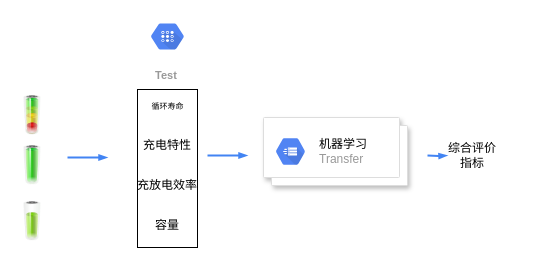
zhaoning999/notes keeps this draw.io diagram as Untitled Diagram.drawio. Above is the earlier version. Source tidied: cells renumbered, new cells numbered last; positions are measured from the earlier drawing's top-left corner, leaving out a move shared by most shapes. Both pictures are drawn from the tidied source at 100%, with x=0, y=0 at pixel (17, 17).
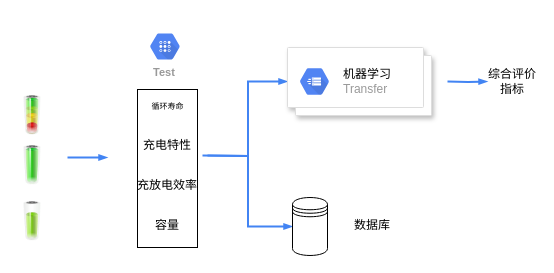
The same page after the edit.

The edit, as a diff of the source:
```diff
@@
-    <mxCell id="4" value="&lt;br&gt;Test&amp;nbsp;" style="html=1;fillColor=#5184F3;strokeColor=none;verticalAlign=top;labelPosition=center;verticalLabelPosition=bottom;align=center;spacingTop=-6;fontSize=11;fontStyle=1;fontColor=#999999;shape=mxgraph.gcp2.hexIcon;prIcon=cloud_test_lab;" parent="1" vertex="1">
-      <mxGeometry x="125" width="50" height="38" as="geometry" />
+    <mxCell id="4" value="Test&amp;nbsp;" style="html=1;fillColor=#5184F3;strokeColor=none;verticalAlign=top;labelPosition=center;verticalLabelPosition=bottom;align=center;spacingTop=-6;fontSize=11;fontStyle=1;fontColor=#999999;shape=mxgraph.gcp2.hexIcon;prIcon=cloud_test_lab;" parent="1" vertex="1">
+      <mxGeometry x="125" y="10" width="45" height="38" as="geometry" />
     </mxCell>
-    <mxCell id="5" style="edgeStyle=orthogonalEdgeStyle;fontSize=12;html=1;endArrow=blockThin;endFill=1;rounded=0;strokeWidth=2;endSize=4;startSize=4;dashed=0;strokeColor=#4284F3;" parent="1" edge="1">
+    <mxCell id="5" style="edgeStyle=orthogonalEdgeStyle;fontSize=12;html=1;endArrow=blockThin;endFill=1;rounded=0;strokeWidth=2;endSize=4;startSize=4;dashed=0;strokeColor=#4284F3;entryX=0;entryY=0.5;entryDx=0;entryDy=0;" parent="1" edge="1" target="12">
       <mxGeometry relative="1" as="geometry">
         <mxPoint x="190" y="138" as="sourcePoint" />
-        <mxPoint x="230" y="138" as="targetPoint" />
       </mxGeometry>
     </mxCell>
@@
     <mxCell id="12" style="shape=mxgraph.gcp2.doubleRect;strokeColor=#dddddd;shadow=1;strokeWidth=1;" parent="1" vertex="1">
-      <mxGeometry x="246" y="100" width="144" height="68" as="geometry" />
+      <mxGeometry x="270" y="30" width="144" height="68" as="geometry" />
     </mxCell>
@@
     <mxCell id="14" style="edgeStyle=orthogonalEdgeStyle;fontSize=12;html=1;endArrow=blockThin;endFill=1;rounded=0;strokeWidth=2;endSize=4;startSize=4;dashed=0;strokeColor=#4284F3;" parent="1" edge="1" target="15">
       <mxGeometry relative="1" as="geometry">
-        <mxPoint x="410" y="138" as="sourcePoint" />
+        <mxPoint x="430" y="64" as="sourcePoint" />
       </mxGeometry>
     </mxCell>
     <mxCell id="15" value="综合评价指标" style="text;html=1;strokeColor=none;fillColor=none;align=center;verticalAlign=middle;whiteSpace=wrap;rounded=0;" parent="1" vertex="1">
-      <mxGeometry x="430" y="128" width="50" height="20" as="geometry" />
+      <mxGeometry x="470" y="54" width="50" height="20" as="geometry" />
     </mxCell>
@@
+    <mxCell id="17" style="edgeStyle=orthogonalEdgeStyle;fontSize=12;html=1;endArrow=blockThin;endFill=1;rounded=0;strokeWidth=2;endSize=4;startSize=4;dashed=0;strokeColor=#4284F3;entryX=0;entryY=0.5;entryDx=0;entryDy=0;" parent="1" edge="1" target="18">
+      <mxGeometry relative="1" as="geometry">
+        <mxPoint x="185" y="138" as="sourcePoint" />
+      </mxGeometry>
+    </mxCell>
+    <mxCell id="18" style="shape=datastore;whiteSpace=wrap;html=1;" parent="1" vertex="1">
+      <mxGeometry x="275" y="180" width="35" height="58" as="geometry" />
+    </mxCell>
+    <mxCell id="19" value="数据库" style="text;html=1;strokeColor=none;fillColor=none;align=center;verticalAlign=middle;whiteSpace=wrap;rounded=0;" parent="1" vertex="1">
+      <mxGeometry x="335" y="198" width="40" height="20" as="geometry" />
+    </mxCell>
```
